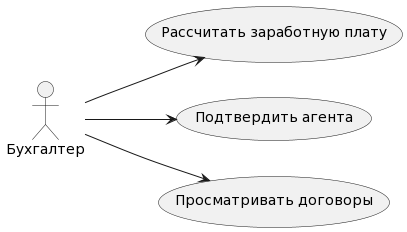
Earlier version of the PlantUML export Resource/Диаграммы вариантов использования/Бухгалтер (Основные возможности).png (MiFit1/OSOGO).
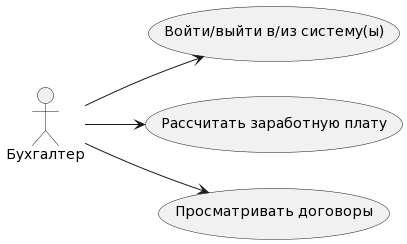
Later version of the same file.

Change to the diagram source:
```diff
@@ -3,8 +3,8 @@
 
 actor "Бухгалтер" as fc
 
-usecase "Рассчитать заработную плату" as UC1
-usecase "Подтвердить агента" as UC2
+usecase "Войти/выйти в/из систему(ы)" as UC1
+usecase "Рассчитать заработную плату" as UC2
 usecase "Просматривать договоры" as UC3
 
 fc --> UC1
```
